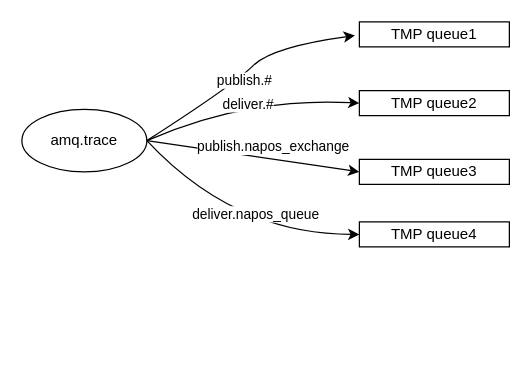
Before: eleme/Untitled Diagram.drawio in zhangwm1987/mydraw_io, a draw.io diagram. Source tidied: cells renumbered, new cells numbered last; positions are measured from the earlier drawing's top-left corner, leaving out a move shared by most shapes. Both pictures are drawn from the tidied source at 125%, with x=0, y=0 at pixel (21, 21).
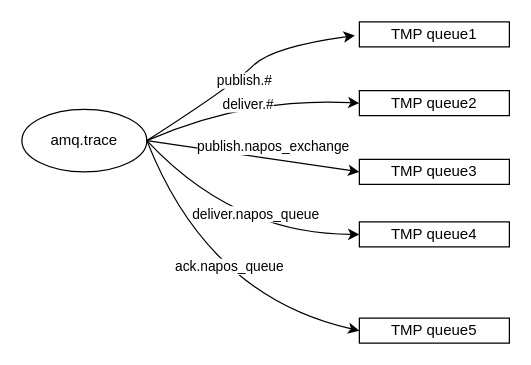
The same page after the edit.

The change refers to these unchanged cells:
```xml
<mxCell id="2" value="amq.trace" style="ellipse;whiteSpace=wrap;html=1;" parent="1" vertex="1">
  <mxGeometry y="70" width="100" height="50" as="geometry" />
</mxCell>
```

Change to the diagram source:
```diff
@@
+    <mxCell id="15" value="TMP queue5" style="rounded=0;whiteSpace=wrap;html=1;" parent="1" vertex="1">
+      <mxGeometry x="270" y="237" width="120" height="20" as="geometry" />
+    </mxCell>
+    <mxCell id="16" style="curved=1;endArrow=classic;html=1;rounded=0;exitX=1;exitY=0.5;exitDx=0;exitDy=0;entryX=0;entryY=0.5;entryDx=0;entryDy=0;" parent="1" edge="1" source="2" target="15">
+      <mxGeometry relative="1" as="geometry">
+        <Array as="points">
+          <mxPoint x="149" y="220" />
+        </Array>
+      </mxGeometry>
+    </mxCell>
+    <mxCell id="17" value="ack.napos_queue" style="edgeLabel;html=1;align=center;verticalAlign=middle;" parent="16" vertex="1">
+      <mxGeometry x="-0.06" y="-3" relative="1" as="geometry">
+        <mxPoint x="24" y="-13" as="offset" />
+      </mxGeometry>
+    </mxCell>
```
